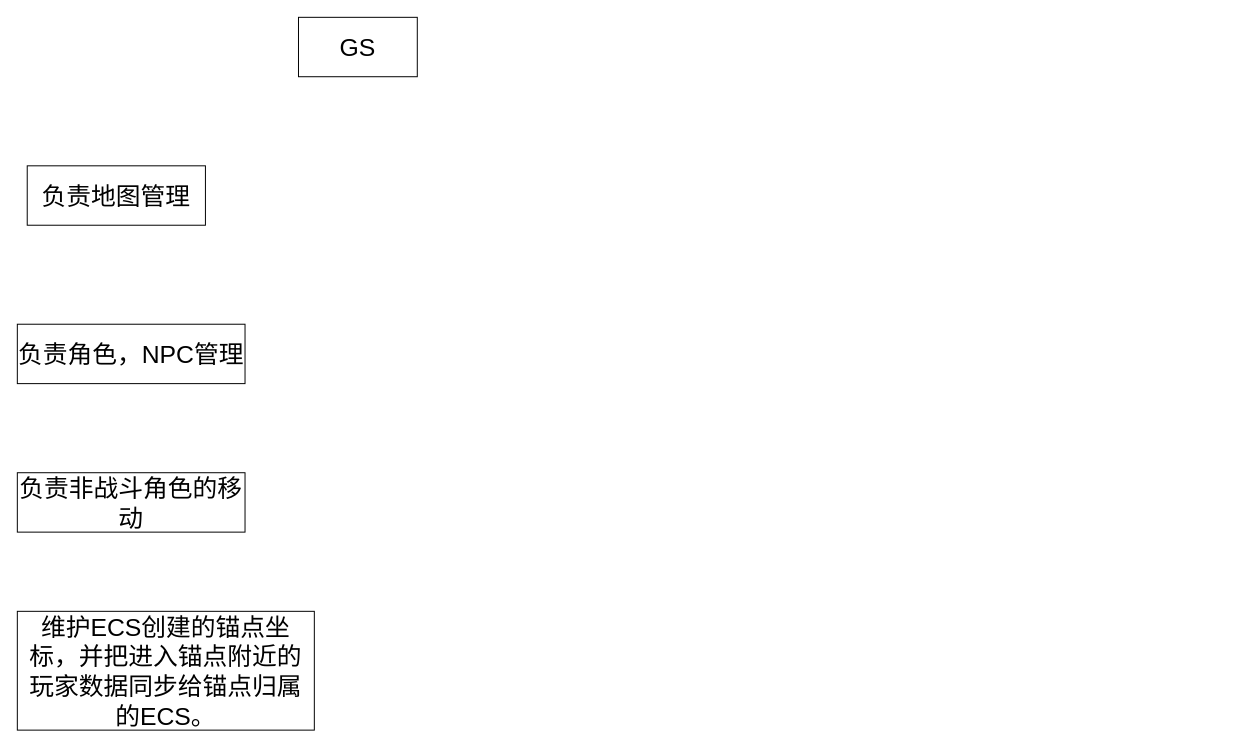
This is page "GameServer" (3 of 5) of Doc/GameServerFrame.drawio from a654889339/FingerGuessGame, a draw.io file, before an edit. Source tidied: cells renumbered, new cells numbered last; positions are measured from the earlier drawing's top-left corner, leaving out a move shared by most shapes. Both pictures are drawn from the tidied source at 99%, with x=0, y=0 at pixel (17, 17).
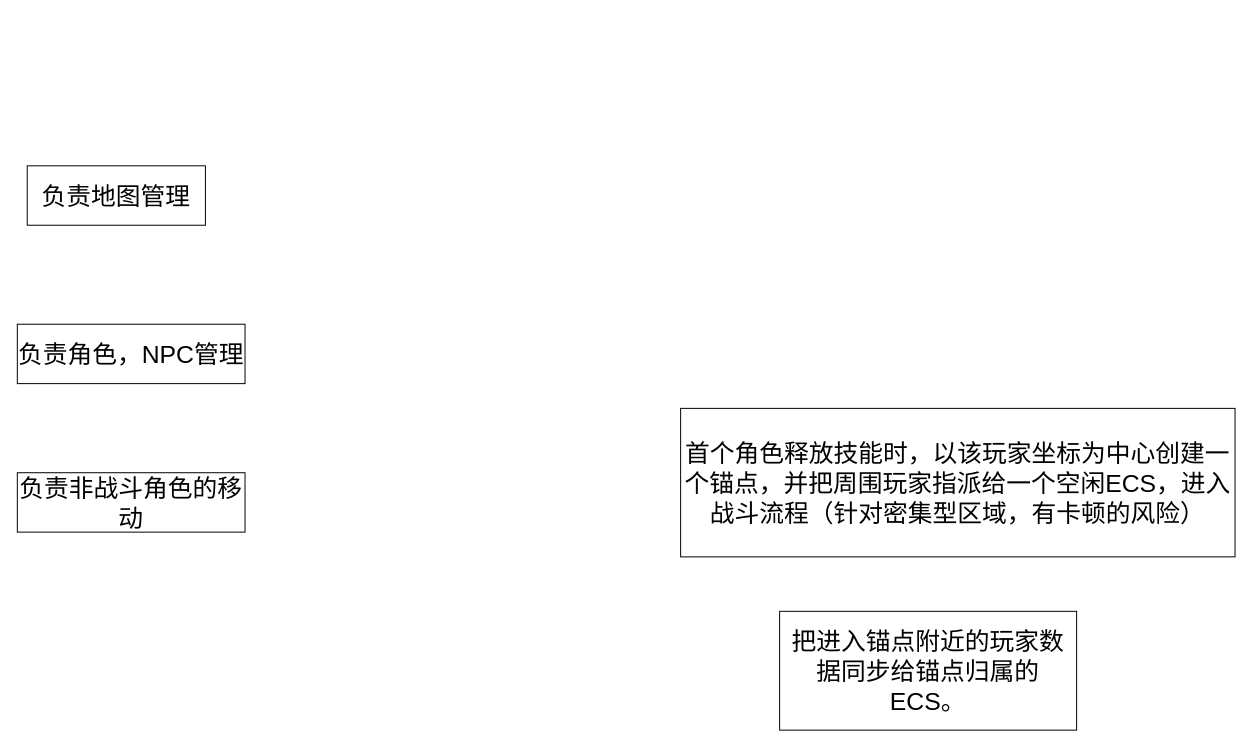
Above is the later version.

Change to the diagram source:
```diff
@@
 <mxGraphModel>
   <root>
     <mxCell id="0" />
     <mxCell id="1" parent="0" />
-    <mxCell id="2" value="&lt;font style=&quot;font-size: 25px&quot;&gt;GS&lt;/font&gt;" style="rounded=0;whiteSpace=wrap;html=1;" parent="1" vertex="1">
-      <mxGeometry x="284" width="120" height="60" as="geometry" />
-    </mxCell>
     <mxCell id="3" value="负责地图管理" style="rounded=0;whiteSpace=wrap;html=1;fontSize=25;" parent="1" vertex="1">
       <mxGeometry x="10" y="150" width="180" height="60" as="geometry" />
     </mxCell>
     <mxCell id="4" value="负责角色，NPC管理" style="rounded=0;whiteSpace=wrap;html=1;fontSize=25;" parent="1" vertex="1">
       <mxGeometry y="310" width="230" height="60" as="geometry" />
     </mxCell>
     <mxCell id="5" value="负责非战斗角色的移动" style="rounded=0;whiteSpace=wrap;html=1;fontSize=25;" parent="1" vertex="1">
       <mxGeometry y="460" width="230" height="60" as="geometry" />
     </mxCell>
-    <mxCell id="6" value="维护ECS创建的锚点坐标，并把进入锚点附近的玩家数据同步给锚点归属的ECS。" style="rounded=0;whiteSpace=wrap;html=1;fontSize=25;" parent="1" vertex="1">
-      <mxGeometry y="600" width="300" height="120" as="geometry" />
+    <mxCell id="6" value="把进入锚点附近的玩家数据同步给锚点归属的ECS。" style="rounded=0;whiteSpace=wrap;html=1;fontSize=25;" parent="1" vertex="1">
+      <mxGeometry x="770" y="600" width="300" height="120" as="geometry" />
     </mxCell>
+    <mxCell id="7" value="&lt;font style=&quot;font-size: 25px&quot;&gt;首个角色释放技能时，以该玩家坐标为中心创建一个锚点，并把周围玩家指派给一个空闲ECS，进入战斗流程（针对密集型区域，有卡顿的风险）&lt;/font&gt;" style="rounded=0;whiteSpace=wrap;html=1;" parent="1" vertex="1">
+      <mxGeometry x="670" y="395" width="560" height="150" as="geometry" />
+    </mxCell>
   </root>
 </mxGraphModel>
```
